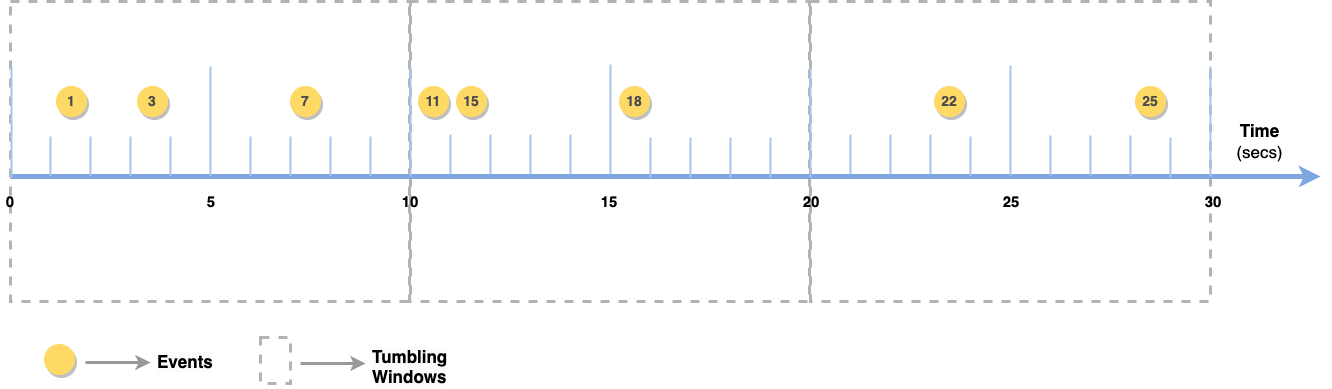
This is assets/images/posts/tumbling-windows.png from thoughtfulworks/thoughtfulworks.github.io, a draw.io export, as it was before one commit. Source tidied: cells renumbered, new cells last; positions are measured from the earlier drawing's top-left corner, leaving out a move shared by most shapes.
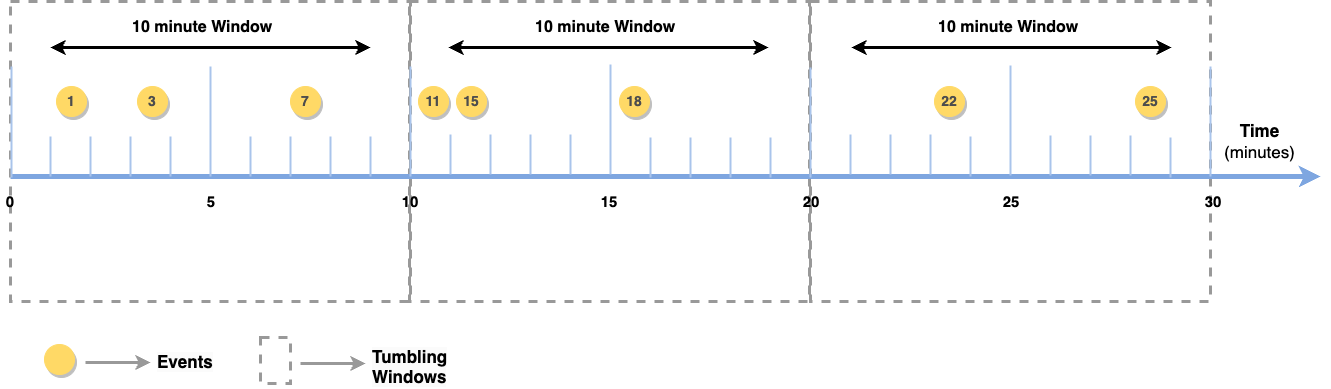
After the change.

The edit, as a diff of the source:
```diff
@@ -2,13 +2,13 @@
   <root>
     <mxCell id="0" />
     <mxCell id="1" parent="0" />
-    <mxCell id="2" style="rounded=0;whiteSpace=wrap;html=1;strokeColor=#B3B3B3;strokeWidth=3;dashed=1;fillColor=none;" parent="1" vertex="1">
+    <mxCell id="2" style="rounded=0;whiteSpace=wrap;html=1;strokeColor=#999999;strokeWidth=3;dashed=1;fillColor=none;" parent="1" vertex="1">
       <mxGeometry x="409" width="400" height="300" as="geometry" />
     </mxCell>
-    <mxCell id="3" style="rounded=0;whiteSpace=wrap;html=1;strokeColor=#B3B3B3;strokeWidth=3;dashed=1;fillColor=none;" parent="1" vertex="1">
+    <mxCell id="3" style="rounded=0;whiteSpace=wrap;html=1;strokeColor=#999999;strokeWidth=3;dashed=1;fillColor=none;" parent="1" vertex="1">
       <mxGeometry x="810" width="400" height="300" as="geometry" />
     </mxCell>
-    <mxCell id="4" style="rounded=0;whiteSpace=wrap;html=1;strokeColor=#B3B3B3;strokeWidth=3;dashed=1;fillColor=none;" parent="1" vertex="1">
+    <mxCell id="4" style="rounded=0;whiteSpace=wrap;html=1;strokeColor=#999999;strokeWidth=3;dashed=1;fillColor=none;" parent="1" vertex="1">
       <mxGeometry x="10" width="400" height="300" as="geometry" />
     </mxCell>
     <mxCell id="5" style="endArrow=classic;html=1;rounded=0;strokeWidth=5;strokeColor=#7EA6E0;shadow=0;" parent="1" edge="1">
@@ -173,8 +173,8 @@
     <mxCell id="36" value="18" style="ellipse;whiteSpace=wrap;html=1;strokeColor=#FFD966;fillColor=#FFD966;shadow=1;fontColor=#4D4D4D;fontStyle=1;fontSize=14;" parent="1" vertex="1">
       <mxGeometry x="619" y="85" width="30" height="30" as="geometry" />
     </mxCell>
-    <mxCell id="37" value="Time &lt;br style=&quot;font-size: 17px;&quot;&gt;&lt;span style=&quot;font-weight: normal; font-size: 17px;&quot;&gt;(secs)&lt;/span&gt;" style="text;html=1;align=center;verticalAlign=middle;strokeColor=none;fillColor=none;fontSize=17;fontStyle=1;" parent="1" vertex="1">
-      <mxGeometry x="1224" y="115" width="70" height="50" as="geometry" />
+    <mxCell id="37" value="Time &lt;br style=&quot;font-size: 17px;&quot;&gt;&lt;span style=&quot;font-weight: normal; font-size: 17px;&quot;&gt;(minutes)&lt;/span&gt;" style="text;html=1;align=center;verticalAlign=middle;strokeColor=none;fillColor=none;fontSize=17;fontStyle=1;" parent="1" vertex="1">
+      <mxGeometry x="1214" y="115" width="90" height="50" as="geometry" />
     </mxCell>
     <mxCell id="38" value="&lt;font style=&quot;font-size: 15px;&quot;&gt;25&lt;/font&gt;" style="text;strokeColor=none;align=center;fillColor=none;html=1;verticalAlign=middle;whiteSpace=wrap;rounded=0;fontStyle=1;fontSize=15;" parent="1" vertex="1">
       <mxGeometry x="1001" y="190" width="20" height="20" as="geometry" />
@@ -251,7 +251,7 @@
     <mxCell id="52" value="&lt;font style=&quot;font-size: 15px;&quot;&gt;20&lt;/font&gt;" style="text;strokeColor=none;align=center;fillColor=none;html=1;verticalAlign=middle;whiteSpace=wrap;rounded=0;fontStyle=1;fontSize=15;" parent="1" vertex="1">
       <mxGeometry x="801" y="190" width="20" height="20" as="geometry" />
     </mxCell>
-    <mxCell id="53" style="rounded=0;whiteSpace=wrap;html=1;strokeColor=#B3B3B3;strokeWidth=3;dashed=1;fillColor=none;" parent="1" vertex="1">
+    <mxCell id="53" style="rounded=0;whiteSpace=wrap;html=1;strokeColor=#999999;strokeWidth=3;dashed=1;fillColor=none;" parent="1" vertex="1">
       <mxGeometry x="260" y="336" width="30" height="46" as="geometry" />
     </mxCell>
     <mxCell id="54" style="endArrow=classic;html=1;rounded=0;strokeWidth=3;strokeColor=#999999;" parent="1" edge="1">
@@ -275,5 +275,32 @@
     <mxCell id="58" value="&lt;span style=&quot;color: rgb(0, 0, 0); font-family: Helvetica; font-size: 17px; font-style: normal; font-variant-ligatures: normal; font-variant-caps: normal; font-weight: 700; letter-spacing: normal; orphans: 2; text-align: center; text-indent: 0px; text-transform: none; widows: 2; word-spacing: 0px; -webkit-text-stroke-width: 0px; background-color: rgb(251, 251, 251); text-decoration-thickness: initial; text-decoration-style: initial; text-decoration-color: initial; float: none; display: inline !important;&quot;&gt;Events&lt;/span&gt;" style="text;whiteSpace=wrap;html=1;" parent="1" vertex="1">
       <mxGeometry x="155" y="344" width="70" height="40" as="geometry" />
     </mxCell>
+    <mxCell id="59" style="endArrow=classic;startArrow=classic;html=1;rounded=0;strokeWidth=3;" parent="1" edge="1">
+      <mxGeometry relative="1" as="geometry">
+        <mxPoint x="50" y="46" as="sourcePoint" />
+        <mxPoint x="370" y="46" as="targetPoint" />
+      </mxGeometry>
+    </mxCell>
+    <mxCell id="60" value="&lt;span style=&quot;color: rgb(0, 0, 0); font-family: Helvetica; font-size: 16px; font-style: normal; font-variant-ligatures: normal; font-variant-caps: normal; letter-spacing: normal; orphans: 2; text-align: center; text-indent: 0px; text-transform: none; widows: 2; word-spacing: 0px; -webkit-text-stroke-width: 0px; background-color: rgb(255, 255, 255); text-decoration-thickness: initial; text-decoration-style: initial; text-decoration-color: initial; float: none; display: inline !important;&quot;&gt;10 minute Window&lt;/span&gt;" style="text;whiteSpace=wrap;html=1;fontSize=16;fontStyle=1;" parent="1" vertex="1">
+      <mxGeometry x="130" y="10" width="150" height="30" as="geometry" />
+    </mxCell>
+    <mxCell id="61" style="endArrow=classic;startArrow=classic;html=1;rounded=0;strokeWidth=3;" parent="1" edge="1">
+      <mxGeometry relative="1" as="geometry">
+        <mxPoint x="448" y="46" as="sourcePoint" />
+        <mxPoint x="768" y="46" as="targetPoint" />
+      </mxGeometry>
+    </mxCell>
+    <mxCell id="62" value="&lt;span style=&quot;color: rgb(0, 0, 0); font-family: Helvetica; font-size: 16px; font-style: normal; font-variant-ligatures: normal; font-variant-caps: normal; letter-spacing: normal; orphans: 2; text-align: center; text-indent: 0px; text-transform: none; widows: 2; word-spacing: 0px; -webkit-text-stroke-width: 0px; background-color: rgb(255, 255, 255); text-decoration-thickness: initial; text-decoration-style: initial; text-decoration-color: initial; float: none; display: inline !important;&quot;&gt;10 minute Window&lt;/span&gt;" style="text;whiteSpace=wrap;html=1;fontSize=16;fontStyle=1;" parent="1" vertex="1">
+      <mxGeometry x="533" y="10" width="152" height="30" as="geometry" />
+    </mxCell>
+    <mxCell id="63" style="endArrow=classic;startArrow=classic;html=1;rounded=0;strokeWidth=3;" parent="1" edge="1">
+      <mxGeometry relative="1" as="geometry">
+        <mxPoint x="851" y="46" as="sourcePoint" />
+        <mxPoint x="1171" y="46" as="targetPoint" />
+      </mxGeometry>
+    </mxCell>
+    <mxCell id="64" value="&lt;span style=&quot;color: rgb(0, 0, 0); font-family: Helvetica; font-size: 16px; font-style: normal; font-variant-ligatures: normal; font-variant-caps: normal; letter-spacing: normal; orphans: 2; text-align: center; text-indent: 0px; text-transform: none; widows: 2; word-spacing: 0px; -webkit-text-stroke-width: 0px; background-color: rgb(255, 255, 255); text-decoration-thickness: initial; text-decoration-style: initial; text-decoration-color: initial; float: none; display: inline !important;&quot;&gt;10 minute Window&lt;/span&gt;" style="text;whiteSpace=wrap;html=1;fontSize=16;fontStyle=1;" parent="1" vertex="1">
+      <mxGeometry x="935.5" y="10" width="149" height="30" as="geometry" />
+    </mxCell>
   </root>
 </mxGraphModel>
```
